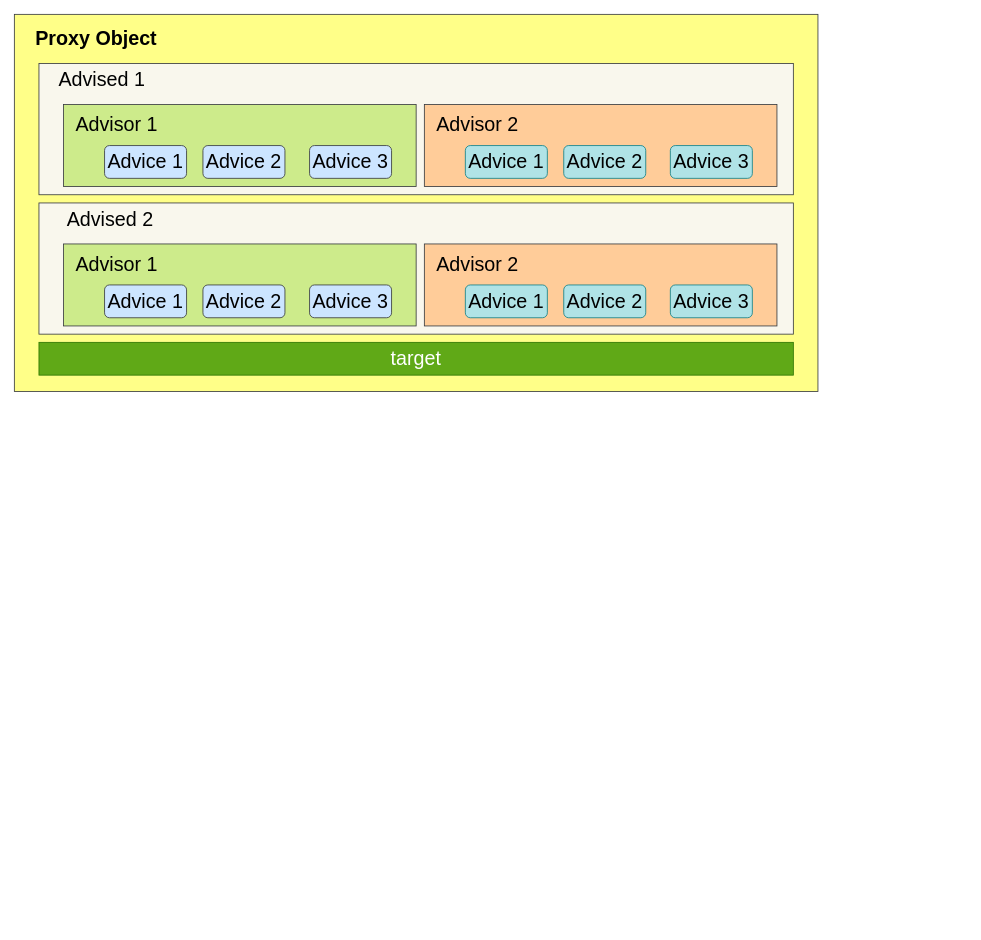
This is spring/spring-aop-1.drawio from GitHeP/diagrams, a draw.io file, before an edit. Source tidied: cells renumbered, new cells numbered last; positions are measured from the earlier drawing's top-left corner, leaving out a move shared by most shapes. Both pictures are drawn from the tidied source at 82%, with x=0, y=0 at pixel (14, 14).
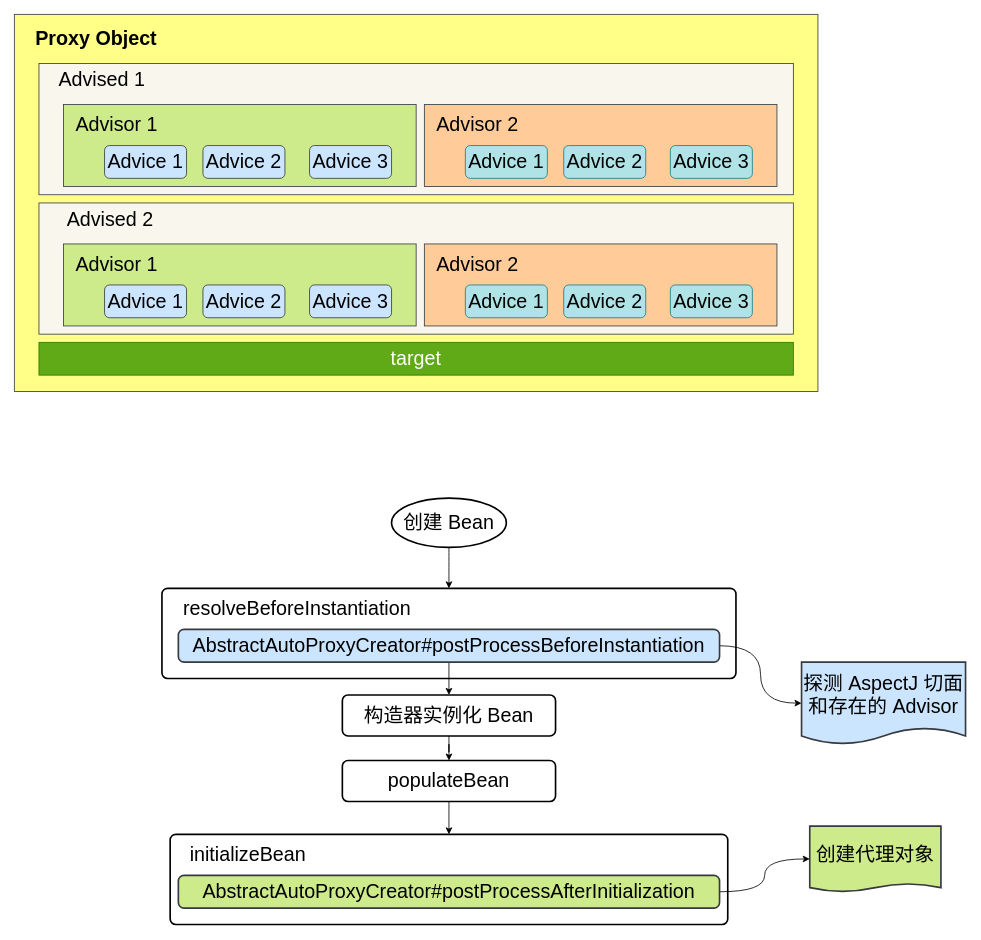
The same page after the edit.

Diff of the diagram source:
```diff
@@
+    <mxCell id="29" style="rounded=1;whiteSpace=wrap;html=1;absoluteArcSize=1;arcSize=14;strokeWidth=2;fontSize=24;" parent="1" vertex="1">
+      <mxGeometry x="180" y="700" width="700" height="110" as="geometry" />
+    </mxCell>
@@
+    <mxCell id="30" style="edgeStyle=orthogonalEdgeStyle;curved=1;jettySize=auto;html=1;entryX=0.5;entryY=0;entryDx=0;entryDy=0;fontSize=24;" parent="1" edge="1" source="31" target="29">
+      <mxGeometry relative="1" as="geometry" />
+    </mxCell>
+    <mxCell id="31" value="创建 Bean" style="strokeWidth=2;html=1;shape=mxgraph.flowchart.start_1;whiteSpace=wrap;fontSize=24;" parent="1" vertex="1">
+      <mxGeometry x="460" y="590" width="140" height="60" as="geometry" />
+    </mxCell>
+    <mxCell id="32" style="edgeStyle=orthogonalEdgeStyle;rounded=0;jettySize=auto;html=1;entryX=0.5;entryY=0;entryDx=0;entryDy=0;fontSize=24;" parent="1" edge="1" source="34" target="36">
+      <mxGeometry relative="1" as="geometry" />
+    </mxCell>
+    <mxCell id="33" style="edgeStyle=orthogonalEdgeStyle;jettySize=auto;html=1;fontSize=24;curved=1;" parent="1" edge="1" source="34" target="43">
+      <mxGeometry relative="1" as="geometry" />
+    </mxCell>
+    <mxCell id="34" value="AbstractAutoProxyCreator#postProcessBeforeInstantiation" style="rounded=1;whiteSpace=wrap;html=1;absoluteArcSize=1;arcSize=14;strokeWidth=2;fontSize=24;fillColor=#cce5ff;strokeColor=#36393d;" parent="1" vertex="1">
+      <mxGeometry x="200" y="750" width="660" height="40" as="geometry" />
+    </mxCell>
+    <mxCell id="35" style="edgeStyle=orthogonalEdgeStyle;rounded=0;jettySize=auto;html=1;entryX=0.5;entryY=0;entryDx=0;entryDy=0;fontSize=24;" parent="1" edge="1" source="36" target="38">
+      <mxGeometry relative="1" as="geometry" />
+    </mxCell>
+    <mxCell id="36" value="构造器实例化 Bean" style="rounded=1;whiteSpace=wrap;html=1;absoluteArcSize=1;arcSize=14;strokeWidth=2;fontSize=24;" parent="1" vertex="1">
+      <mxGeometry x="400" y="830" width="260" height="50" as="geometry" />
+    </mxCell>
+    <mxCell id="37" style="edgeStyle=orthogonalEdgeStyle;rounded=0;jettySize=auto;html=1;entryX=0.5;entryY=0;entryDx=0;entryDy=0;fontSize=24;" parent="1" edge="1" source="38" target="39">
+      <mxGeometry relative="1" as="geometry" />
+    </mxCell>
+    <mxCell id="38" value="populateBean" style="rounded=1;whiteSpace=wrap;html=1;absoluteArcSize=1;arcSize=14;strokeWidth=2;fontSize=24;" parent="1" vertex="1">
+      <mxGeometry x="400" y="910" width="260" height="50" as="geometry" />
+    </mxCell>
+    <mxCell id="39" style="rounded=1;whiteSpace=wrap;html=1;absoluteArcSize=1;arcSize=14;strokeWidth=2;fontSize=24;" parent="1" vertex="1">
+      <mxGeometry x="190" y="1000" width="680" height="110" as="geometry" />
+    </mxCell>
+    <mxCell id="40" value="initializeBean" style="text;html=1;strokeColor=none;fillColor=none;align=center;verticalAlign=middle;whiteSpace=wrap;rounded=0;fontSize=24;" parent="1" vertex="1">
+      <mxGeometry x="210" y="1010" width="150" height="30" as="geometry" />
+    </mxCell>
+    <mxCell id="41" style="edgeStyle=orthogonalEdgeStyle;curved=1;jettySize=auto;html=1;fontSize=24;" parent="1" edge="1" source="42" target="44">
+      <mxGeometry relative="1" as="geometry" />
+    </mxCell>
+    <mxCell id="42" value="AbstractAutoProxyCreator#postProcessAfterInitialization" style="rounded=1;whiteSpace=wrap;html=1;absoluteArcSize=1;arcSize=14;strokeWidth=2;fontSize=24;fillColor=#cdeb8b;strokeColor=#36393d;" parent="1" vertex="1">
+      <mxGeometry x="200" y="1050" width="660" height="40" as="geometry" />
+    </mxCell>
+    <mxCell id="43" value="探测 AspectJ 切面和存在的&amp;nbsp;Advisor" style="shape=document;whiteSpace=wrap;html=1;boundedLbl=1;fontSize=24;rounded=1;arcSize=14;strokeWidth=2;size=0.2;fillColor=#cce5ff;strokeColor=#36393d;" parent="1" vertex="1">
+      <mxGeometry x="960" y="790" width="200" height="100" as="geometry" />
+    </mxCell>
+    <mxCell id="44" value="创建代理对象" style="shape=document;whiteSpace=wrap;html=1;boundedLbl=1;fontSize=24;fillColor=#cdeb8b;strokeColor=#36393d;rounded=1;arcSize=14;strokeWidth=2;size=0.125;" parent="1" vertex="1">
+      <mxGeometry x="970" y="990" width="160" height="80" as="geometry" />
+    </mxCell>
+    <mxCell id="45" value="resolveBeforeInstantiation" style="text;html=1;strokeColor=none;fillColor=none;align=center;verticalAlign=middle;whiteSpace=wrap;rounded=0;fontSize=24;" parent="1" vertex="1">
+      <mxGeometry x="210" y="710" width="270" height="30" as="geometry" />
+    </mxCell>
```
